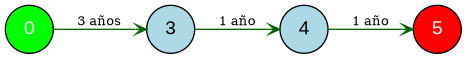
Earlier version of the Graphviz export Proyecto3/ReportsEquipment/REporteRe1_plan_3.png (emily2304/Proyecto3-IO). Its source is kept beside it as Proyecto3/ReportsEquipment/REporteRe1_plan_3.dot.
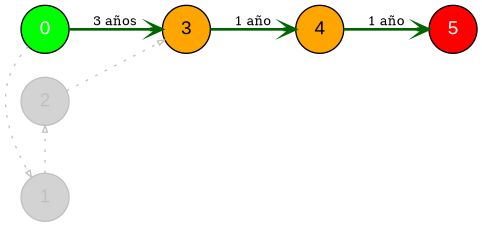
After the change.

The edit, as a diff of the source:
```diff
@@ -4,11 +4,16 @@
     edge [color=darkgreen, arrowhead=vee, arrowsize=0.8];
 
     "0" [fillcolor=green, fontcolor=white];
-    "3";
-    "4";
+    "1" [fillcolor=lightgray, color=gray, fontcolor=gray];
+    "2" [fillcolor=lightgray, color=gray, fontcolor=gray];
+    "3" [fillcolor=orange];
+    "4" [fillcolor=orange];
     "5" [fillcolor=red, fontcolor=white];
 
-    "0" -> "3" [label="3 años", fontsize=10];
-    "3" -> "4" [label="1 año", fontsize=10];
-    "4" -> "5" [label="1 año", fontsize=10];
+    "0" -> "3" [label="3 años", fontsize=10, color=darkgreen, penwidth=2.0];
+    "3" -> "4" [label="1 año", fontsize=10, color=darkgreen, penwidth=2.0];
+    "4" -> "5" [label="1 año", fontsize=10, color=darkgreen, penwidth=2.0];
+    "0" -> "1" [style=dotted, color=gray, arrowhead=empty, arrowsize=0.5, constraint=false];
+    "1" -> "2" [style=dotted, color=gray, arrowhead=empty, arrowsize=0.5, constraint=false];
+    "2" -> "3" [style=dotted, color=gray, arrowhead=empty, arrowsize=0.5, constraint=false];
 }
```
